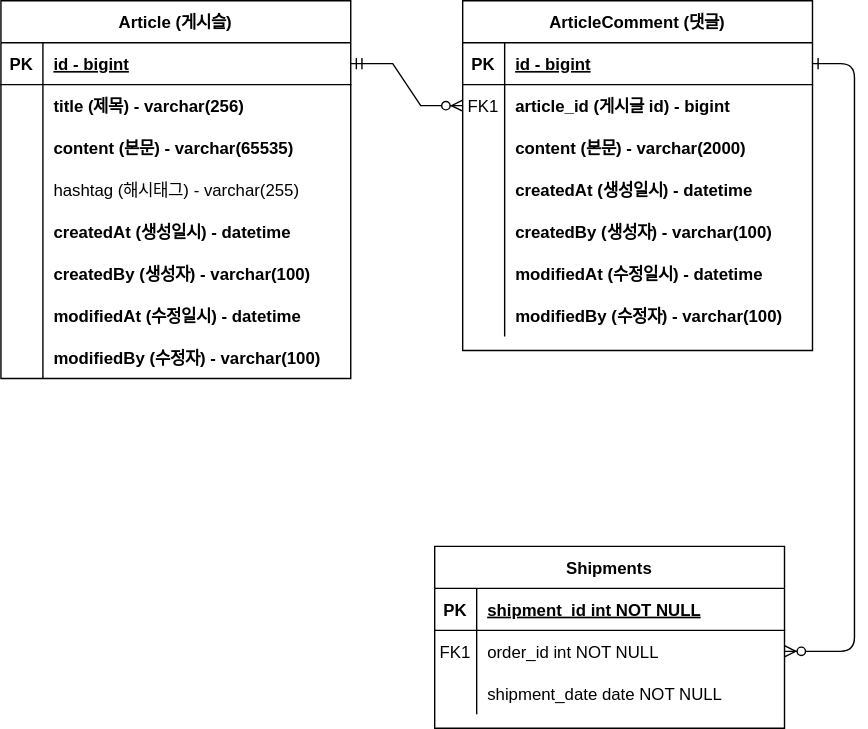
The draw.io diagram document/borad-project-erd.svg in juhwan-Ki/board-project, before a commit. Source tidied: cells renumbered, new cells last; positions are measured from the earlier drawing's top-left corner, leaving out a move shared by most shapes.
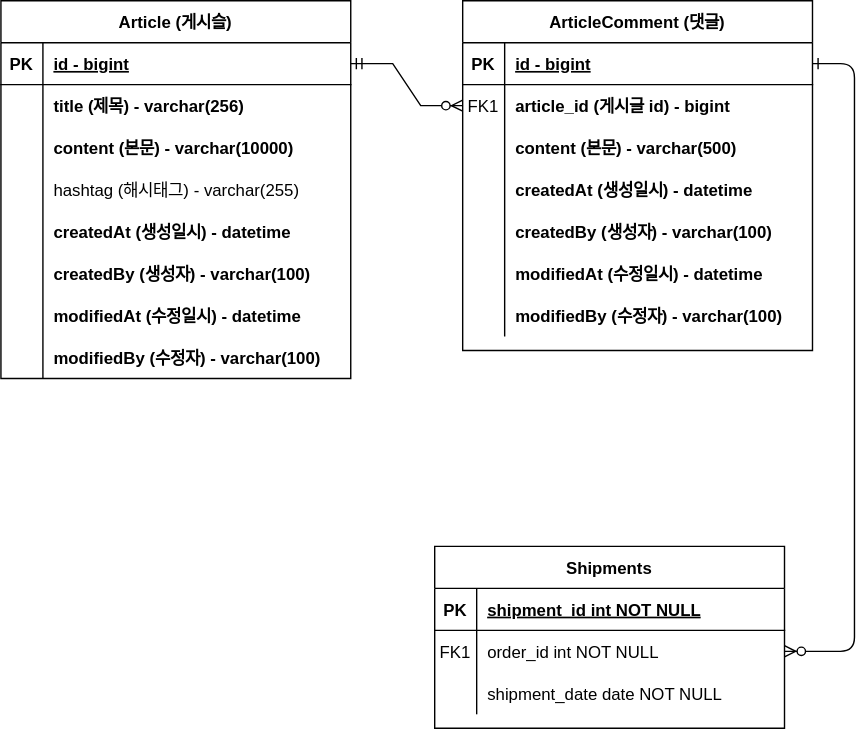
After the commit.

Commit message:
#10 - ERD 업데이트 : content 사이즈 변경

The edit, as a diff of the source:
```diff
@@ -32,7 +32,7 @@
     <mxCell id="11" style="shape=partialRectangle;overflow=hidden;fillColor=none;top=0;left=0;bottom=0;right=0;" parent="10" vertex="1">
       <mxGeometry width="30" height="30" as="geometry" />
     </mxCell>
-    <mxCell id="12" value="content (본문) - varchar(2000)" style="shape=partialRectangle;overflow=hidden;fillColor=none;top=0;left=0;bottom=0;right=0;align=left;spacingLeft=6;fontStyle=1;" parent="10" vertex="1">
+    <mxCell id="12" value="content (본문) - varchar(500)" style="shape=partialRectangle;overflow=hidden;fillColor=none;top=0;left=0;bottom=0;right=0;align=left;spacingLeft=6;fontStyle=1;" parent="10" vertex="1">
       <mxGeometry x="30" width="220" height="30" as="geometry" />
     </mxCell>
     <mxCell id="13" style="shape=partialRectangle;fillColor=none;top=0;left=0;right=0;bottom=0;" parent="3" vertex="1">
@@ -128,7 +128,7 @@
     <mxCell id="43" style="shape=partialRectangle;overflow=hidden;fillColor=none;top=0;left=0;bottom=0;right=0;" parent="42" vertex="1">
       <mxGeometry width="30" height="30" as="geometry" />
     </mxCell>
-    <mxCell id="44" value="content (본문) - varchar(65535)" style="shape=partialRectangle;overflow=hidden;fillColor=none;top=0;left=0;bottom=0;right=0;align=left;spacingLeft=6;fontStyle=1;" parent="42" vertex="1">
+    <mxCell id="44" value="content (본문) - varchar(10000)" style="shape=partialRectangle;overflow=hidden;fillColor=none;top=0;left=0;bottom=0;right=0;align=left;spacingLeft=6;fontStyle=1;" parent="42" vertex="1">
       <mxGeometry x="30" width="220" height="30" as="geometry" />
     </mxCell>
     <mxCell id="45" style="shape=partialRectangle;fillColor=none;top=0;left=0;right=0;bottom=0;" parent="35" vertex="1">
```
